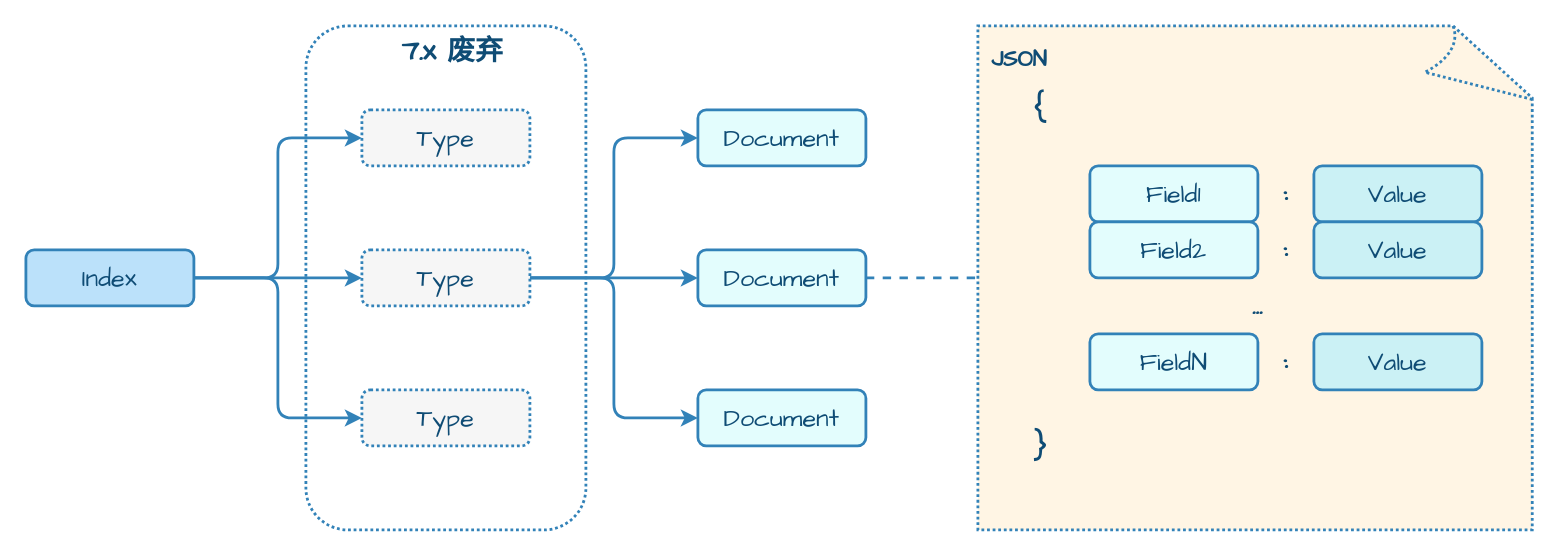
Earlier version of the draw.io diagram page "逻辑存储" (1 of 4) of assets/数据库/搜索引擎数据库/Elasticsearch_存储.drawio (dunwu/waterdrop). Source tidied: cells renumbered, new cells numbered last; positions are measured from the earlier drawing's top-left corner, leaving out a move shared by most shapes. Both pictures are drawn from the tidied source at 140%, with x=0, y=0 at pixel (25, 25).
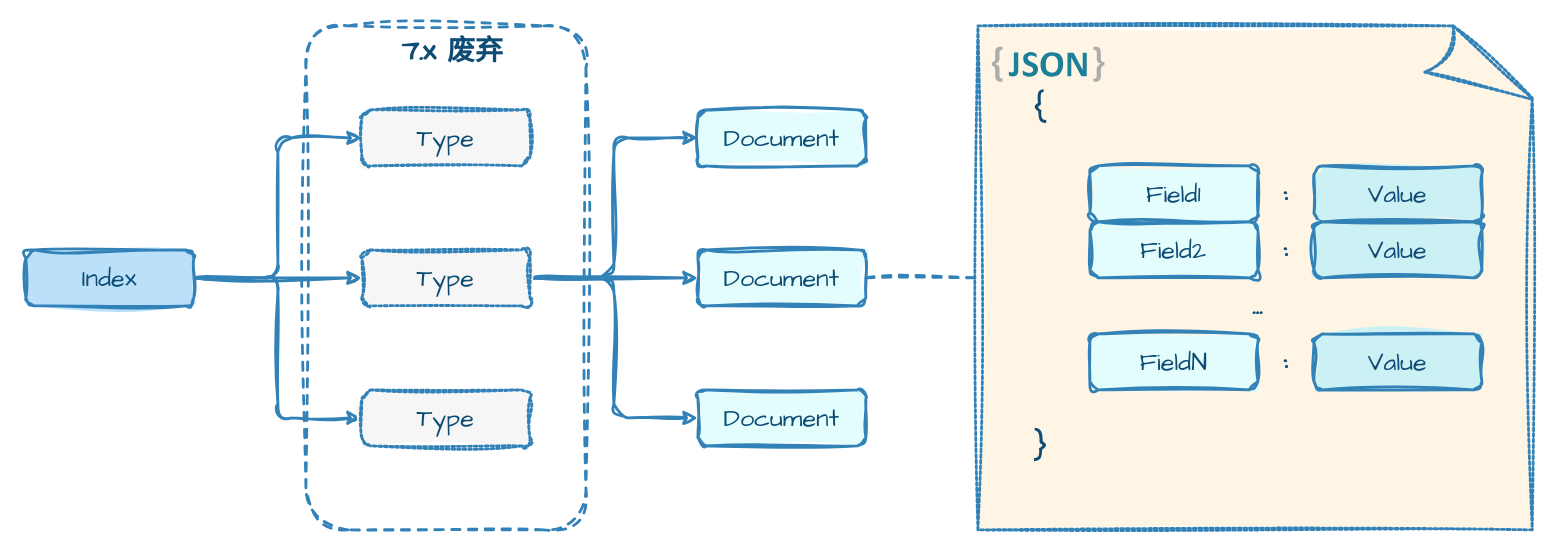
Above is the later version.

What changed in the source:
```diff
@@
-    <mxCell id="2" value="7.x 废弃" style="rounded=1;whiteSpace=wrap;html=1;strokeColor=#3282B8;fillColor=none;fontFamily=Comic Sans MS;fontStyle=1;fontColor=#0F4C75;shadow=0;fontSize=20;strokeWidth=2;dashed=1;dashPattern=1 1;align=center;verticalAlign=top;spacingLeft=10;" parent="1" vertex="1">
+    <mxCell id="2" value="7.x 废弃" style="rounded=1;whiteSpace=wrap;html=1;strokeColor=#3282B8;fillColor=none;fontFamily=Comic Sans MS;fontStyle=1;fontColor=#0F4C75;shadow=0;fontSize=20;strokeWidth=2;align=center;verticalAlign=top;spacingLeft=10;sketch=1;curveFitting=1;jiggle=2;dashed=1;" parent="1" vertex="1">
       <mxGeometry x="200" width="200" height="360" as="geometry" />
     </mxCell>
-    <mxCell id="3" style="edgeStyle=orthogonalEdgeStyle;shape=connector;rounded=1;jettySize=auto;html=1;labelBackgroundColor=default;strokeColor=#3282B8;strokeWidth=2;align=center;verticalAlign=middle;fontFamily=Comic Sans MS;fontSize=18;fontColor=#0F4C75;endArrow=classic;" parent="1" edge="1" source="6" target="11">
+    <mxCell id="3" style="edgeStyle=orthogonalEdgeStyle;shape=connector;rounded=1;jettySize=auto;html=1;labelBackgroundColor=default;strokeColor=#3282B8;strokeWidth=2;align=center;verticalAlign=middle;fontFamily=Comic Sans MS;fontSize=18;fontColor=#0F4C75;endArrow=classic;sketch=1;curveFitting=1;jiggle=2;" parent="1" edge="1" source="6" target="11">
       <mxGeometry relative="1" as="geometry" />
     </mxCell>
-    <mxCell id="4" style="edgeStyle=orthogonalEdgeStyle;shape=connector;rounded=1;jettySize=auto;html=1;entryX=0;entryY=0.5;entryDx=0;entryDy=0;labelBackgroundColor=default;strokeColor=#3282B8;strokeWidth=2;align=center;verticalAlign=middle;fontFamily=Comic Sans MS;fontSize=18;fontColor=#0F4C75;endArrow=classic;" parent="1" edge="1" source="6" target="13">
+    <mxCell id="4" style="edgeStyle=orthogonalEdgeStyle;shape=connector;rounded=1;jettySize=auto;html=1;entryX=0;entryY=0.5;entryDx=0;entryDy=0;labelBackgroundColor=default;strokeColor=#3282B8;strokeWidth=2;align=center;verticalAlign=middle;fontFamily=Comic Sans MS;fontSize=18;fontColor=#0F4C75;endArrow=classic;sketch=1;curveFitting=1;jiggle=2;" parent="1" edge="1" source="6" target="13">
       <mxGeometry relative="1" as="geometry" />
     </mxCell>
-    <mxCell id="5" style="edgeStyle=orthogonalEdgeStyle;shape=connector;rounded=1;jettySize=auto;html=1;entryX=0;entryY=0.5;entryDx=0;entryDy=0;labelBackgroundColor=default;strokeColor=#3282B8;strokeWidth=2;align=center;verticalAlign=middle;fontFamily=Comic Sans MS;fontSize=18;fontColor=#0F4C75;endArrow=classic;" parent="1" edge="1" source="6" target="12">
+    <mxCell id="5" style="edgeStyle=orthogonalEdgeStyle;shape=connector;rounded=1;jettySize=auto;html=1;entryX=0;entryY=0.5;entryDx=0;entryDy=0;labelBackgroundColor=default;strokeColor=#3282B8;strokeWidth=2;align=center;verticalAlign=middle;fontFamily=Comic Sans MS;fontSize=18;fontColor=#0F4C75;endArrow=classic;sketch=1;curveFitting=1;jiggle=2;" parent="1" edge="1" source="6" target="12">
       <mxGeometry relative="1" as="geometry" />
     </mxCell>
-    <mxCell id="6" value="Index" style="rounded=1;whiteSpace=wrap;html=1;shadow=0;strokeColor=#3282B8;strokeWidth=2;align=center;verticalAlign=middle;fontFamily=Comic Sans MS;fontSize=18;fontColor=#0F4C75;fillColor=#BBE1FA;" parent="1" vertex="1">
+    <mxCell id="6" value="Index" style="rounded=1;whiteSpace=wrap;html=1;shadow=0;strokeColor=#3282B8;strokeWidth=2;align=center;verticalAlign=middle;fontFamily=Comic Sans MS;fontSize=18;fontColor=#0F4C75;fillColor=#BBE1FA;sketch=1;curveFitting=1;jiggle=2;fillStyle=solid;" parent="1" vertex="1">
       <mxGeometry y="160" width="120" height="40" as="geometry" />
     </mxCell>
-    <mxCell id="7" value="Document" style="rounded=1;whiteSpace=wrap;html=1;shadow=0;strokeColor=#3282B8;strokeWidth=2;align=center;verticalAlign=middle;spacing=20;fontFamily=Comic Sans MS;fontSize=18;fontColor=#0F4C75;fillColor=#E3FDFD;" parent="1" vertex="1">
+    <mxCell id="7" value="Document" style="rounded=1;whiteSpace=wrap;html=1;shadow=0;strokeColor=#3282B8;strokeWidth=2;align=center;verticalAlign=middle;spacing=20;fontFamily=Comic Sans MS;fontSize=18;fontColor=#0F4C75;fillColor=#E3FDFD;sketch=1;curveFitting=1;jiggle=2;fillStyle=solid;" parent="1" vertex="1">
       <mxGeometry x="480" y="60" width="120" height="40" as="geometry" />
     </mxCell>
-    <mxCell id="8" style="edgeStyle=orthogonalEdgeStyle;shape=connector;rounded=1;jettySize=auto;html=1;entryX=0;entryY=0.5;entryDx=0;entryDy=0;labelBackgroundColor=default;strokeColor=#3282B8;strokeWidth=2;align=center;verticalAlign=middle;fontFamily=Comic Sans MS;fontSize=18;fontColor=#0F4C75;endArrow=classic;" parent="1" edge="1" source="11" target="7">
+    <mxCell id="8" style="edgeStyle=orthogonalEdgeStyle;shape=connector;rounded=1;jettySize=auto;html=1;entryX=0;entryY=0.5;entryDx=0;entryDy=0;labelBackgroundColor=default;strokeColor=#3282B8;strokeWidth=2;align=center;verticalAlign=middle;fontFamily=Comic Sans MS;fontSize=18;fontColor=#0F4C75;endArrow=classic;sketch=1;curveFitting=1;jiggle=2;" parent="1" edge="1" source="11" target="7">
       <mxGeometry relative="1" as="geometry" />
     </mxCell>
-    <mxCell id="9" style="edgeStyle=orthogonalEdgeStyle;shape=connector;rounded=1;jettySize=auto;html=1;entryX=0;entryY=0.5;entryDx=0;entryDy=0;labelBackgroundColor=default;strokeColor=#3282B8;strokeWidth=2;align=center;verticalAlign=middle;fontFamily=Comic Sans MS;fontSize=18;fontColor=#0F4C75;endArrow=classic;" parent="1" edge="1" source="11" target="16">
+    <mxCell id="9" style="edgeStyle=orthogonalEdgeStyle;shape=connector;rounded=1;jettySize=auto;html=1;entryX=0;entryY=0.5;entryDx=0;entryDy=0;labelBackgroundColor=default;strokeColor=#3282B8;strokeWidth=2;align=center;verticalAlign=middle;fontFamily=Comic Sans MS;fontSize=18;fontColor=#0F4C75;endArrow=classic;sketch=1;curveFitting=1;jiggle=2;" parent="1" edge="1" source="11" target="16">
       <mxGeometry relative="1" as="geometry" />
     </mxCell>
-    <mxCell id="10" style="edgeStyle=orthogonalEdgeStyle;shape=connector;rounded=1;jettySize=auto;html=1;entryX=0;entryY=0.5;entryDx=0;entryDy=0;labelBackgroundColor=default;strokeColor=#3282B8;strokeWidth=2;align=center;verticalAlign=middle;fontFamily=Comic Sans MS;fontSize=18;fontColor=#0F4C75;endArrow=classic;" parent="1" edge="1" source="11" target="15">
+    <mxCell id="10" style="edgeStyle=orthogonalEdgeStyle;shape=connector;rounded=1;jettySize=auto;html=1;entryX=0;entryY=0.5;entryDx=0;entryDy=0;labelBackgroundColor=default;strokeColor=#3282B8;strokeWidth=2;align=center;verticalAlign=middle;fontFamily=Comic Sans MS;fontSize=18;fontColor=#0F4C75;endArrow=classic;sketch=1;curveFitting=1;jiggle=2;" parent="1" edge="1" source="11" target="15">
       <mxGeometry relative="1" as="geometry" />
     </mxCell>
-    <mxCell id="11" value="Type" style="rounded=1;whiteSpace=wrap;html=1;shadow=0;strokeColor=#3282B8;strokeWidth=2;align=center;verticalAlign=middle;fontFamily=Comic Sans MS;fontSize=18;fontColor=#0F4C75;fillColor=#F6F6F6;dashed=1;dashPattern=1 1;" parent="1" vertex="1">
+    <mxCell id="11" value="Type" style="rounded=1;whiteSpace=wrap;html=1;shadow=0;strokeColor=#3282B8;strokeWidth=2;align=center;verticalAlign=middle;fontFamily=Comic Sans MS;fontSize=18;fontColor=#0F4C75;fillColor=#F6F6F6;dashed=1;dashPattern=1 1;sketch=1;curveFitting=1;jiggle=2;fillStyle=solid;" parent="1" vertex="1">
       <mxGeometry x="240" y="160" width="120" height="40" as="geometry" />
     </mxCell>
-    <mxCell id="12" value="Type" style="rounded=1;whiteSpace=wrap;html=1;shadow=0;strokeColor=#3282B8;strokeWidth=2;align=center;verticalAlign=middle;fontFamily=Comic Sans MS;fontSize=18;fontColor=#0F4C75;fillColor=#F6F6F6;dashed=1;dashPattern=1 1;" parent="1" vertex="1">
+    <mxCell id="12" value="Type" style="rounded=1;whiteSpace=wrap;html=1;shadow=0;strokeColor=#3282B8;strokeWidth=2;align=center;verticalAlign=middle;fontFamily=Comic Sans MS;fontSize=18;fontColor=#0F4C75;fillColor=#F6F6F6;dashed=1;dashPattern=1 1;sketch=1;curveFitting=1;jiggle=2;fillStyle=solid;" parent="1" vertex="1">
       <mxGeometry x="240" y="260" width="120" height="40" as="geometry" />
     </mxCell>
-    <mxCell id="13" value="Type" style="rounded=1;whiteSpace=wrap;html=1;shadow=0;strokeColor=#3282B8;strokeWidth=2;align=center;verticalAlign=middle;fontFamily=Comic Sans MS;fontSize=18;fontColor=#0F4C75;fillColor=#F6F6F6;dashed=1;dashPattern=1 1;" parent="1" vertex="1">
+    <mxCell id="13" value="Type" style="rounded=1;whiteSpace=wrap;html=1;shadow=0;strokeColor=#3282B8;strokeWidth=2;align=center;verticalAlign=middle;fontFamily=Comic Sans MS;fontSize=18;fontColor=#0F4C75;fillColor=#F6F6F6;dashed=1;dashPattern=1 1;sketch=1;curveFitting=1;jiggle=2;fillStyle=solid;" parent="1" vertex="1">
       <mxGeometry x="240" y="60" width="120" height="40" as="geometry" />
     </mxCell>
-    <mxCell id="14" style="edgeStyle=orthogonalEdgeStyle;shape=connector;rounded=1;jettySize=auto;html=1;labelBackgroundColor=default;strokeColor=#3282B8;strokeWidth=2;align=center;verticalAlign=middle;fontFamily=Comic Sans MS;fontSize=18;fontColor=#0F4C75;endArrow=none;endFill=0;dashed=1;" parent="1" edge="1" source="15" target="17">
+    <mxCell id="14" style="edgeStyle=orthogonalEdgeStyle;shape=connector;rounded=1;jettySize=auto;html=1;labelBackgroundColor=default;strokeColor=#3282B8;strokeWidth=2;align=center;verticalAlign=middle;fontFamily=Comic Sans MS;fontSize=18;fontColor=#0F4C75;endArrow=none;endFill=0;dashed=1;sketch=1;curveFitting=1;jiggle=2;" parent="1" edge="1" source="15" target="17">
       <mxGeometry relative="1" as="geometry" />
     </mxCell>
-    <mxCell id="15" value="Document" style="rounded=1;whiteSpace=wrap;html=1;shadow=0;strokeColor=#3282B8;strokeWidth=2;align=center;verticalAlign=middle;spacing=20;fontFamily=Comic Sans MS;fontSize=18;fontColor=#0F4C75;fillColor=#E3FDFD;" parent="1" vertex="1">
+    <mxCell id="15" value="Document" style="rounded=1;whiteSpace=wrap;html=1;shadow=0;strokeColor=#3282B8;strokeWidth=2;align=center;verticalAlign=middle;spacing=20;fontFamily=Comic Sans MS;fontSize=18;fontColor=#0F4C75;fillColor=#E3FDFD;sketch=1;curveFitting=1;jiggle=2;fillStyle=solid;" parent="1" vertex="1">
       <mxGeometry x="480" y="160" width="120" height="40" as="geometry" />
     </mxCell>
-    <mxCell id="16" value="Document" style="rounded=1;whiteSpace=wrap;html=1;shadow=0;strokeColor=#3282B8;strokeWidth=2;align=center;verticalAlign=middle;spacing=20;fontFamily=Comic Sans MS;fontSize=18;fontColor=#0F4C75;fillColor=#E3FDFD;" parent="1" vertex="1">
+    <mxCell id="16" value="Document" style="rounded=1;whiteSpace=wrap;html=1;shadow=0;strokeColor=#3282B8;strokeWidth=2;align=center;verticalAlign=middle;spacing=20;fontFamily=Comic Sans MS;fontSize=18;fontColor=#0F4C75;fillColor=#E3FDFD;sketch=1;curveFitting=1;jiggle=2;fillStyle=solid;" parent="1" vertex="1">
       <mxGeometry x="480" y="260" width="120" height="40" as="geometry" />
     </mxCell>
-    <mxCell id="17" value="JSON" style="whiteSpace=wrap;html=1;shape=mxgraph.basic.document;rounded=1;shadow=0;dashed=1;dashPattern=1 1;strokeColor=#3282B8;strokeWidth=2;align=left;verticalAlign=top;spacing=10;fontFamily=Comic Sans MS;fontSize=16;fontColor=#0F4C75;fillColor=#FFF5E4;fontStyle=1;spacingTop=0;" parent="1" vertex="1">
+    <mxCell id="17" style="whiteSpace=wrap;html=1;shape=mxgraph.basic.document;rounded=1;shadow=0;dashed=1;dashPattern=1 1;strokeColor=#3282B8;strokeWidth=2;align=left;verticalAlign=top;spacing=10;fontFamily=Comic Sans MS;fontSize=16;fontColor=#0F4C75;fillColor=#FFF5E4;fontStyle=1;spacingTop=0;sketch=1;curveFitting=1;jiggle=2;fillStyle=solid;" parent="1" vertex="1">
       <mxGeometry x="680" width="400" height="360" as="geometry" />
     </mxCell>
-    <mxCell id="18" value="{" style="rounded=1;whiteSpace=wrap;html=1;shadow=0;strokeColor=none;strokeWidth=2;align=left;verticalAlign=middle;spacing=0;fontFamily=Comic Sans MS;fontSize=20;fontColor=#0F4C75;fillColor=none;fontStyle=1;" parent="1" vertex="1">
+    <mxCell id="18" value="{" style="rounded=1;whiteSpace=wrap;html=1;shadow=0;strokeColor=none;strokeWidth=2;align=left;verticalAlign=middle;spacing=0;fontFamily=Comic Sans MS;fontSize=20;fontColor=#0F4C75;fillColor=none;fontStyle=1;sketch=1;curveFitting=1;jiggle=2;" parent="1" vertex="1">
       <mxGeometry x="720" y="40" width="80" height="40" as="geometry" />
     </mxCell>
-    <mxCell id="19" value="}" style="rounded=1;whiteSpace=wrap;html=1;shadow=0;strokeColor=none;strokeWidth=2;align=left;verticalAlign=middle;spacing=0;fontFamily=Comic Sans MS;fontSize=20;fontColor=#0F4C75;fillColor=none;fontStyle=1;" parent="1" vertex="1">
+    <mxCell id="19" value="}" style="rounded=1;whiteSpace=wrap;html=1;shadow=0;strokeColor=none;strokeWidth=2;align=left;verticalAlign=middle;spacing=0;fontFamily=Comic Sans MS;fontSize=20;fontColor=#0F4C75;fillColor=none;fontStyle=1;sketch=1;curveFitting=1;jiggle=2;" parent="1" vertex="1">
       <mxGeometry x="720" y="280" width="80" height="40" as="geometry" />
     </mxCell>
-    <mxCell id="20" value="Field1" style="rounded=1;whiteSpace=wrap;html=1;shadow=0;strokeColor=#3282B8;strokeWidth=2;align=center;verticalAlign=middle;spacing=20;fontFamily=Comic Sans MS;fontSize=18;fontColor=#0F4C75;fillColor=#E3FDFD;fontStyle=0;" parent="1" vertex="1">
+    <mxCell id="20" value="Field1" style="rounded=1;whiteSpace=wrap;html=1;shadow=0;strokeColor=#3282B8;strokeWidth=2;align=center;verticalAlign=middle;spacing=20;fontFamily=Comic Sans MS;fontSize=18;fontColor=#0F4C75;fillColor=#E3FDFD;fontStyle=0;sketch=1;curveFitting=1;jiggle=2;fillStyle=solid;" parent="1" vertex="1">
       <mxGeometry x="760" y="100" width="120" height="40" as="geometry" />
     </mxCell>
-    <mxCell id="21" value="Field2" style="rounded=1;whiteSpace=wrap;html=1;shadow=0;strokeColor=#3282B8;strokeWidth=2;align=center;verticalAlign=middle;spacing=20;fontFamily=Comic Sans MS;fontSize=18;fontColor=#0F4C75;fillColor=#E3FDFD;fontStyle=0;" parent="1" vertex="1">
+    <mxCell id="21" value="Field2" style="rounded=1;whiteSpace=wrap;html=1;shadow=0;strokeColor=#3282B8;strokeWidth=2;align=center;verticalAlign=middle;spacing=20;fontFamily=Comic Sans MS;fontSize=18;fontColor=#0F4C75;fillColor=#E3FDFD;fontStyle=0;sketch=1;curveFitting=1;jiggle=2;fillStyle=solid;" parent="1" vertex="1">
       <mxGeometry x="760" y="140" width="120" height="40" as="geometry" />
     </mxCell>
-    <mxCell id="22" value="..." style="rounded=1;whiteSpace=wrap;html=1;shadow=0;strokeColor=none;strokeWidth=2;align=center;verticalAlign=middle;spacing=20;fontFamily=Comic Sans MS;fontSize=18;fontColor=#0F4C75;fillColor=none;fontStyle=1;" parent="1" vertex="1">
+    <mxCell id="22" value="..." style="rounded=1;whiteSpace=wrap;html=1;shadow=0;strokeColor=none;strokeWidth=2;align=center;verticalAlign=middle;spacing=20;fontFamily=Comic Sans MS;fontSize=18;fontColor=#0F4C75;fillColor=none;fontStyle=1;sketch=1;curveFitting=1;jiggle=2;" parent="1" vertex="1">
       <mxGeometry x="760" y="180" width="240" height="40" as="geometry" />
     </mxCell>
-    <mxCell id="23" value="FieldN" style="rounded=1;whiteSpace=wrap;html=1;shadow=0;strokeColor=#3282B8;strokeWidth=2;align=center;verticalAlign=middle;spacing=20;fontFamily=Comic Sans MS;fontSize=18;fontColor=#0F4C75;fillColor=#E3FDFD;fontStyle=0;" parent="1" vertex="1">
+    <mxCell id="23" value="FieldN" style="rounded=1;whiteSpace=wrap;html=1;shadow=0;strokeColor=#3282B8;strokeWidth=2;align=center;verticalAlign=middle;spacing=20;fontFamily=Comic Sans MS;fontSize=18;fontColor=#0F4C75;fillColor=#E3FDFD;fontStyle=0;sketch=1;curveFitting=1;jiggle=2;fillStyle=solid;" parent="1" vertex="1">
       <mxGeometry x="760" y="220" width="120" height="40" as="geometry" />
     </mxCell>
-    <mxCell id="24" value="Value" style="rounded=1;whiteSpace=wrap;html=1;shadow=0;strokeColor=#3282B8;strokeWidth=2;align=center;verticalAlign=middle;spacing=20;fontFamily=Comic Sans MS;fontSize=18;fontColor=#0F4C75;fillColor=#CBF1F5;fontStyle=0;" parent="1" vertex="1">
+    <mxCell id="24" value="Value" style="rounded=1;whiteSpace=wrap;html=1;shadow=0;strokeColor=#3282B8;strokeWidth=2;align=center;verticalAlign=middle;spacing=20;fontFamily=Comic Sans MS;fontSize=18;fontColor=#0F4C75;fillColor=#CBF1F5;fontStyle=0;sketch=1;curveFitting=1;jiggle=2;fillStyle=solid;" parent="1" vertex="1">
       <mxGeometry x="920" y="100" width="120" height="40" as="geometry" />
     </mxCell>
-    <mxCell id="25" value="Value" style="rounded=1;whiteSpace=wrap;html=1;shadow=0;strokeColor=#3282B8;strokeWidth=2;align=center;verticalAlign=middle;spacing=20;fontFamily=Comic Sans MS;fontSize=18;fontColor=#0F4C75;fillColor=#CBF1F5;fontStyle=0;" parent="1" vertex="1">
+    <mxCell id="25" value="Value" style="rounded=1;whiteSpace=wrap;html=1;shadow=0;strokeColor=#3282B8;strokeWidth=2;align=center;verticalAlign=middle;spacing=20;fontFamily=Comic Sans MS;fontSize=18;fontColor=#0F4C75;fillColor=#CBF1F5;fontStyle=0;sketch=1;curveFitting=1;jiggle=2;fillStyle=solid;" parent="1" vertex="1">
       <mxGeometry x="920" y="140" width="120" height="40" as="geometry" />
     </mxCell>
-    <mxCell id="26" value="Value" style="rounded=1;whiteSpace=wrap;html=1;shadow=0;strokeColor=#3282B8;strokeWidth=2;align=center;verticalAlign=middle;spacing=20;fontFamily=Comic Sans MS;fontSize=18;fontColor=#0F4C75;fillColor=#CBF1F5;fontStyle=0;" parent="1" vertex="1">
+    <mxCell id="26" value="Value" style="rounded=1;whiteSpace=wrap;html=1;shadow=0;strokeColor=#3282B8;strokeWidth=2;align=center;verticalAlign=middle;spacing=20;fontFamily=Comic Sans MS;fontSize=18;fontColor=#0F4C75;fillColor=#CBF1F5;fontStyle=0;sketch=1;curveFitting=1;jiggle=2;fillStyle=solid;" parent="1" vertex="1">
       <mxGeometry x="920" y="220" width="120" height="40" as="geometry" />
     </mxCell>
-    <mxCell id="27" value=":" style="rounded=1;whiteSpace=wrap;html=1;shadow=0;strokeColor=none;strokeWidth=2;align=center;verticalAlign=middle;spacing=0;fontFamily=Comic Sans MS;fontSize=20;fontColor=#0F4C75;fillColor=none;fontStyle=1;" parent="1" vertex="1">
+    <mxCell id="27" value=":" style="rounded=1;whiteSpace=wrap;html=1;shadow=0;strokeColor=none;strokeWidth=2;align=center;verticalAlign=middle;spacing=0;fontFamily=Comic Sans MS;fontSize=20;fontColor=#0F4C75;fillColor=none;fontStyle=1;sketch=1;curveFitting=1;jiggle=2;" parent="1" vertex="1">
       <mxGeometry x="880" y="100" width="40" height="40" as="geometry" />
     </mxCell>
-    <mxCell id="28" value=":" style="rounded=1;whiteSpace=wrap;html=1;shadow=0;strokeColor=none;strokeWidth=2;align=center;verticalAlign=middle;spacing=0;fontFamily=Comic Sans MS;fontSize=20;fontColor=#0F4C75;fillColor=none;fontStyle=1;" parent="1" vertex="1">
+    <mxCell id="28" value=":" style="rounded=1;whiteSpace=wrap;html=1;shadow=0;strokeColor=none;strokeWidth=2;align=center;verticalAlign=middle;spacing=0;fontFamily=Comic Sans MS;fontSize=20;fontColor=#0F4C75;fillColor=none;fontStyle=1;sketch=1;curveFitting=1;jiggle=2;" parent="1" vertex="1">
       <mxGeometry x="880" y="140" width="40" height="40" as="geometry" />
     </mxCell>
-    <mxCell id="29" value=":" style="rounded=1;whiteSpace=wrap;html=1;shadow=0;strokeColor=none;strokeWidth=2;align=center;verticalAlign=middle;spacing=0;fontFamily=Comic Sans MS;fontSize=20;fontColor=#0F4C75;fillColor=none;fontStyle=1;" parent="1" vertex="1">
+    <mxCell id="29" value=":" style="rounded=1;whiteSpace=wrap;html=1;shadow=0;strokeColor=none;strokeWidth=2;align=center;verticalAlign=middle;spacing=0;fontFamily=Comic Sans MS;fontSize=20;fontColor=#0F4C75;fillColor=none;fontStyle=1;sketch=1;curveFitting=1;jiggle=2;" parent="1" vertex="1">
       <mxGeometry x="880" y="220" width="40" height="40" as="geometry" />
     </mxCell>
+    <mxCell id="30" style="dashed=0;html=1;align=center;labelPosition=center;verticalLabelPosition=bottom;verticalAlign=top;shape=mxgraph.weblogos.json_2;hachureGap=4;fontFamily=Architects Daughter;strokeColor=#3282B8;strokeWidth=2;" parent="1" vertex="1">
+      <mxGeometry x="690" y="14.8" width="80.4" height="25.2" as="geometry" />
+    </mxCell>
```
